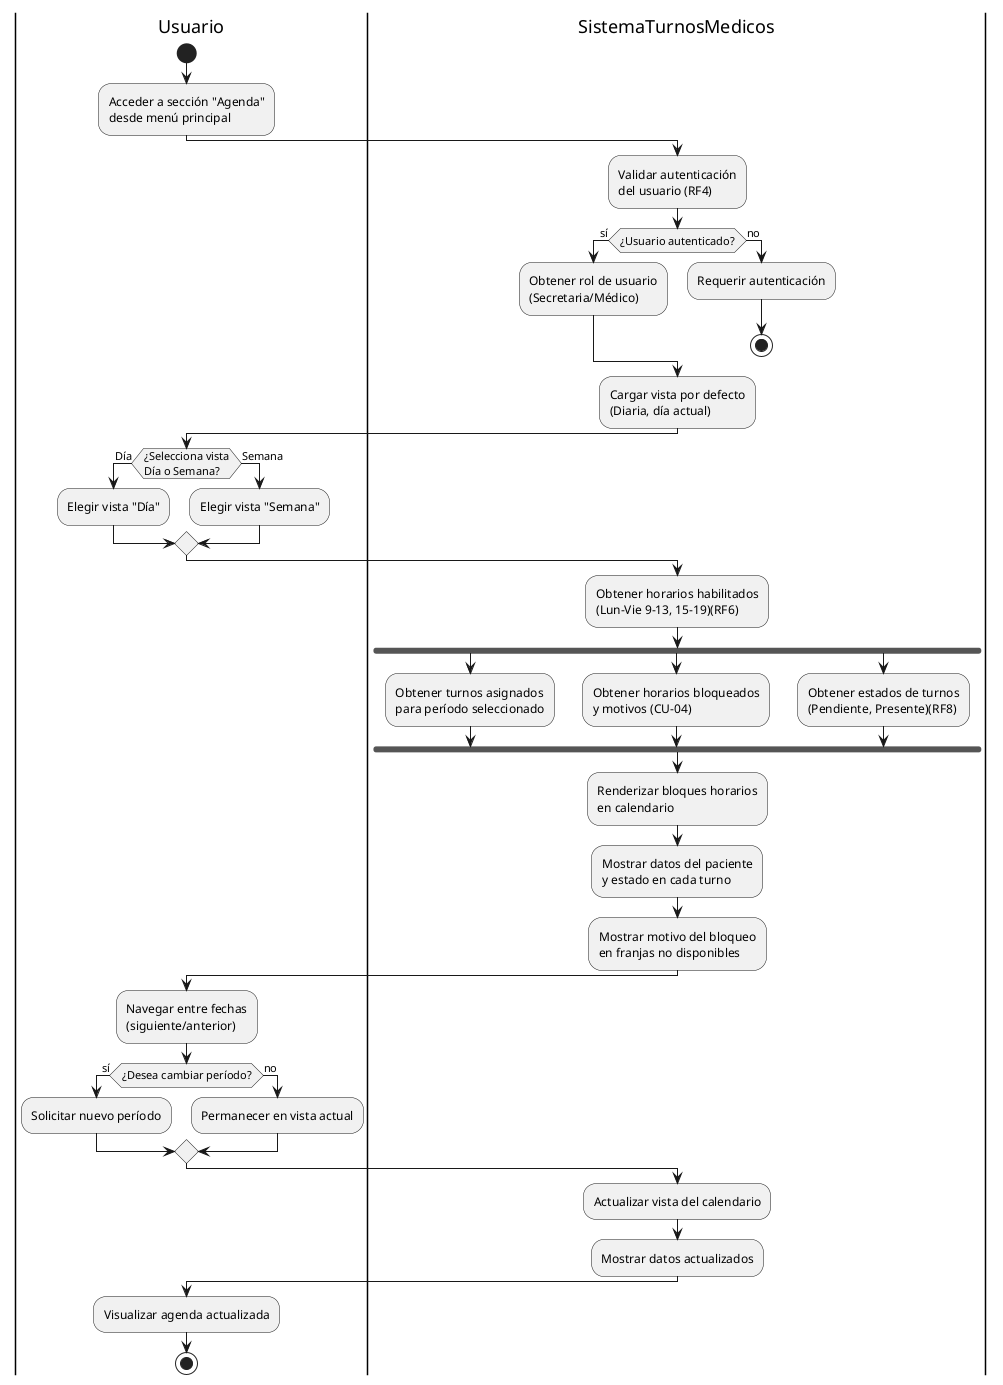
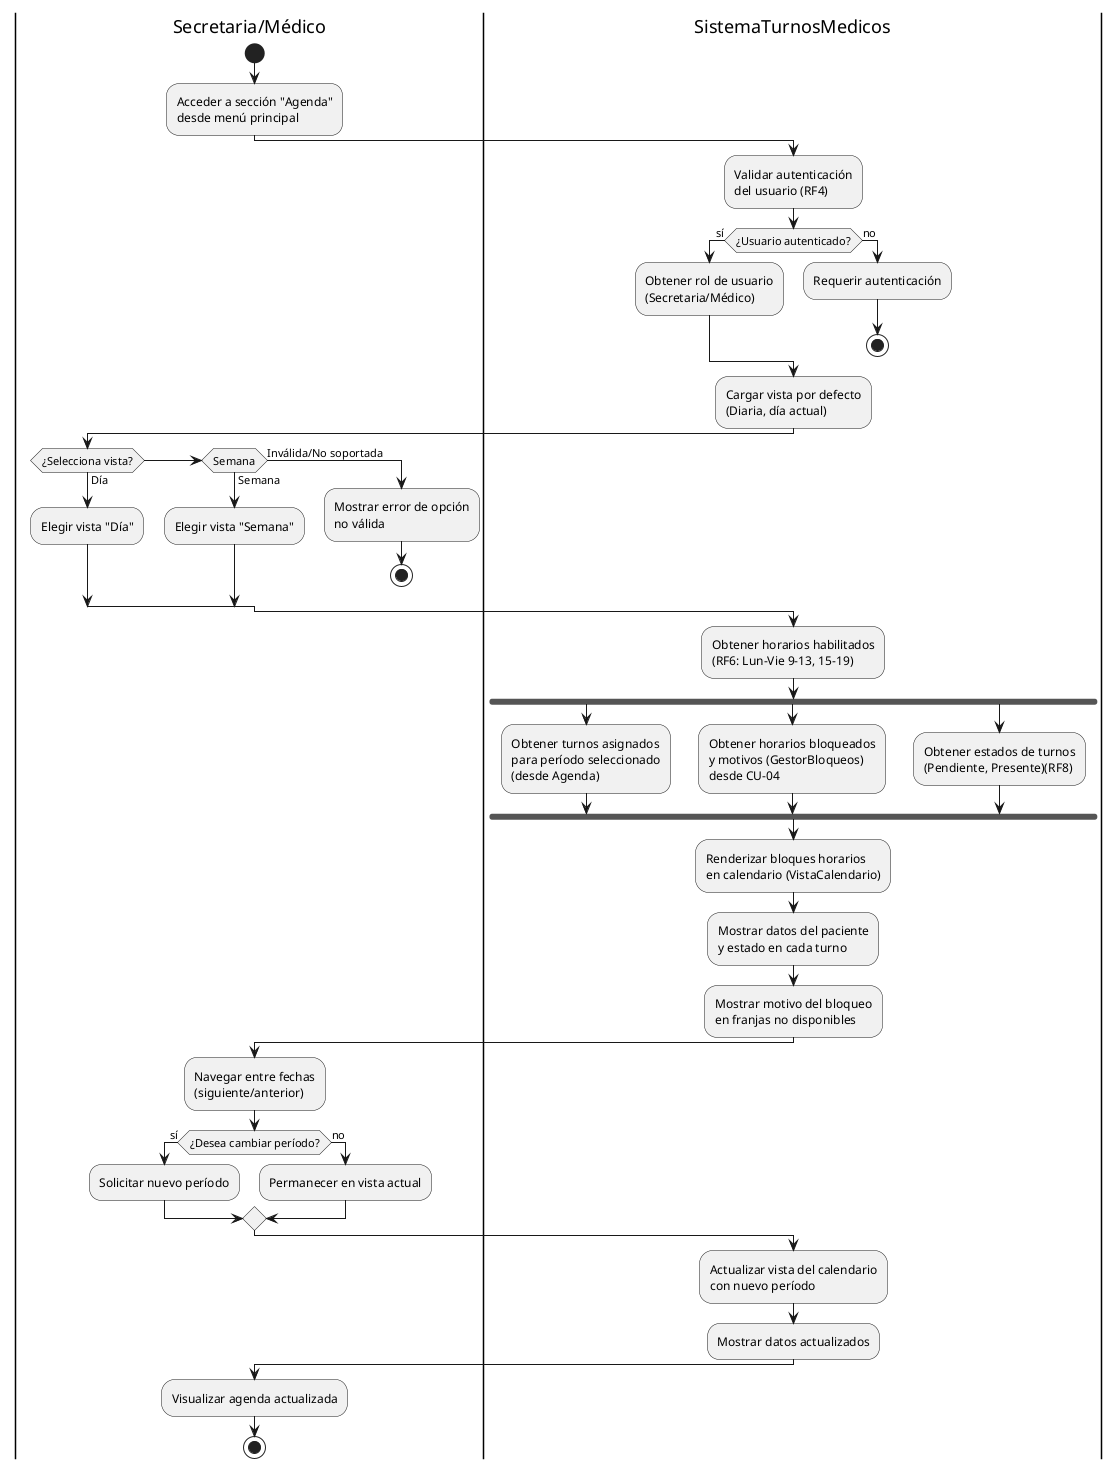
@startuml 04-actividad-visualizar-agenda-05

- |Usuario|
+ |Secretaria/Médico|
start
:Acceder a sección "Agenda"\ndesde menú principal;

|SistemaTurnosMedicos|
:Validar autenticación\ndel usuario (RF4);

if (¿Usuario autenticado?) then (sí)
    :Obtener rol de usuario\n(Secretaria/Médico);
else (no)
    :Requerir autenticación;
    stop
endif

:Cargar vista por defecto\n(Diaria, día actual);

- |Usuario|
- if (¿Selecciona vista\nDía o Semana?) then (Día)
+ |Secretaria/Médico|
+ if (¿Selecciona vista?) then (Día)
    :Elegir vista "Día";
- else (Semana)
+ elseif (Semana) then (Semana)
    :Elegir vista "Semana";
+ else (Inválida/No soportada)
+     :Mostrar error de opción\nno válida;
+     stop
endif

|SistemaTurnosMedicos|
- :Obtener horarios habilitados\n(Lun-Vie 9-13, 15-19)(RF6);
+ :Obtener horarios habilitados\n(RF6: Lun-Vie 9-13, 15-19);

fork
-     :Obtener turnos asignados\npara período seleccionado;
+     :Obtener turnos asignados\npara período seleccionado\n(desde Agenda);
fork again
-     :Obtener horarios bloqueados\ny motivos (CU-04);
+     :Obtener horarios bloqueados\ny motivos (GestorBloqueos)\ndesde CU-04;
fork again
    :Obtener estados de turnos\n(Pendiente, Presente)(RF8);
endfork

- :Renderizar bloques horarios\nen calendario;
+ :Renderizar bloques horarios\nen calendario (VistaCalendario);

:Mostrar datos del paciente\ny estado en cada turno;

:Mostrar motivo del bloqueo\nen franjas no disponibles;

- |Usuario|
+ |Secretaria/Médico|
:Navegar entre fechas\n(siguiente/anterior);

if (¿Desea cambiar período?) then (sí)
    :Solicitar nuevo período;
else (no)
    :Permanecer en vista actual;
endif

|SistemaTurnosMedicos|
- :Actualizar vista del calendario;
+ :Actualizar vista del calendario\ncon nuevo período;
:Mostrar datos actualizados;

- |Usuario|
+ |Secretaria/Médico|
:Visualizar agenda actualizada;

stop

@enduml
